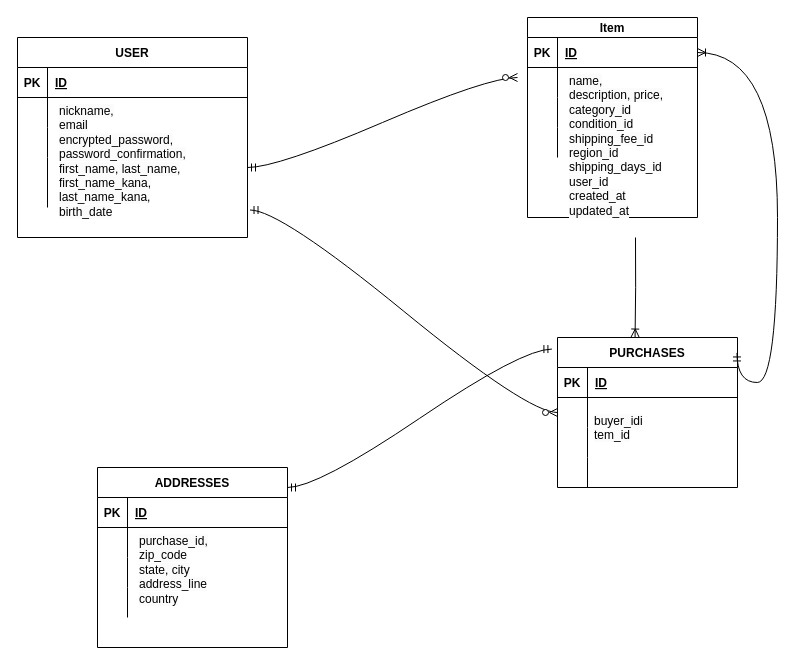
Iwanttomorrowtocome/furima-41479 keeps this draw.io diagram as furima.dio. Above is the earlier version. Source tidied: cells renumbered, new cells numbered last; positions are measured from the earlier drawing's top-left corner, leaving out a move shared by most shapes. Both pictures are drawn from the tidied source at 100%, with x=0, y=0 at pixel (17, 17).
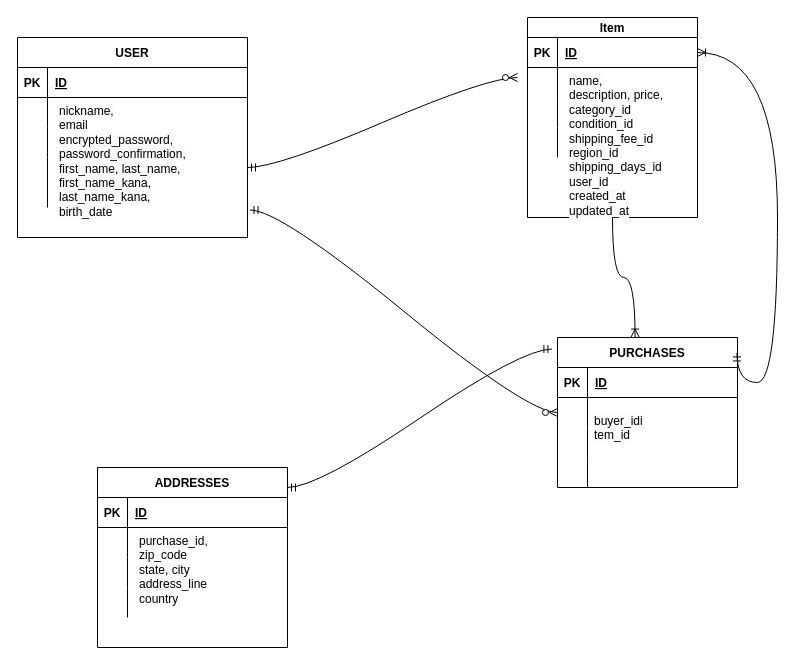
The same diagram, later.

The change refers to these unchanged cells:
```xml
<mxCell id="15" value="PURCHASES" style="shape=table;startSize=30;childLayout=tableLayout;rowLines=0;fontStyle=1;align=center;" parent="1" vertex="1">
  <mxGeometry x="540" y="320" width="180" height="150" as="geometry" />
</mxCell>
<mxCell id="41" value="Item" style="shape=table;startSize=20;childLayout=tableLayout;rowLines=0;fontStyle=1;align=center;" parent="1" vertex="1">
  <mxGeometry x="510" width="170" height="200" as="geometry" />
</mxCell>
```

Change to the diagram source:
```diff
@@
-    <mxCell id="58" style="edgeStyle=orthogonalEdgeStyle;fontSize=12;html=1;endArrow=ERoneToMany;curved=1;entryX=0.431;entryY=-0.003;entryDx=0;entryDy=0;entryPerimeter=0;" parent="1" edge="1" target="15">
-      <mxGeometry relative="1" as="geometry">
-        <mxPoint x="618" y="220" as="sourcePoint" />
-      </mxGeometry>
+    <mxCell id="58" style="edgeStyle=orthogonalEdgeStyle;fontSize=12;html=1;endArrow=ERoneToMany;curved=1;entryX=0.431;entryY=-0.003;entryDx=0;entryDy=0;entryPerimeter=0;exitX=0.5;exitY=1;exitDx=0;exitDy=0;" parent="1" edge="1" source="41" target="15">
+      <mxGeometry relative="1" as="geometry" />
     </mxCell>
```
